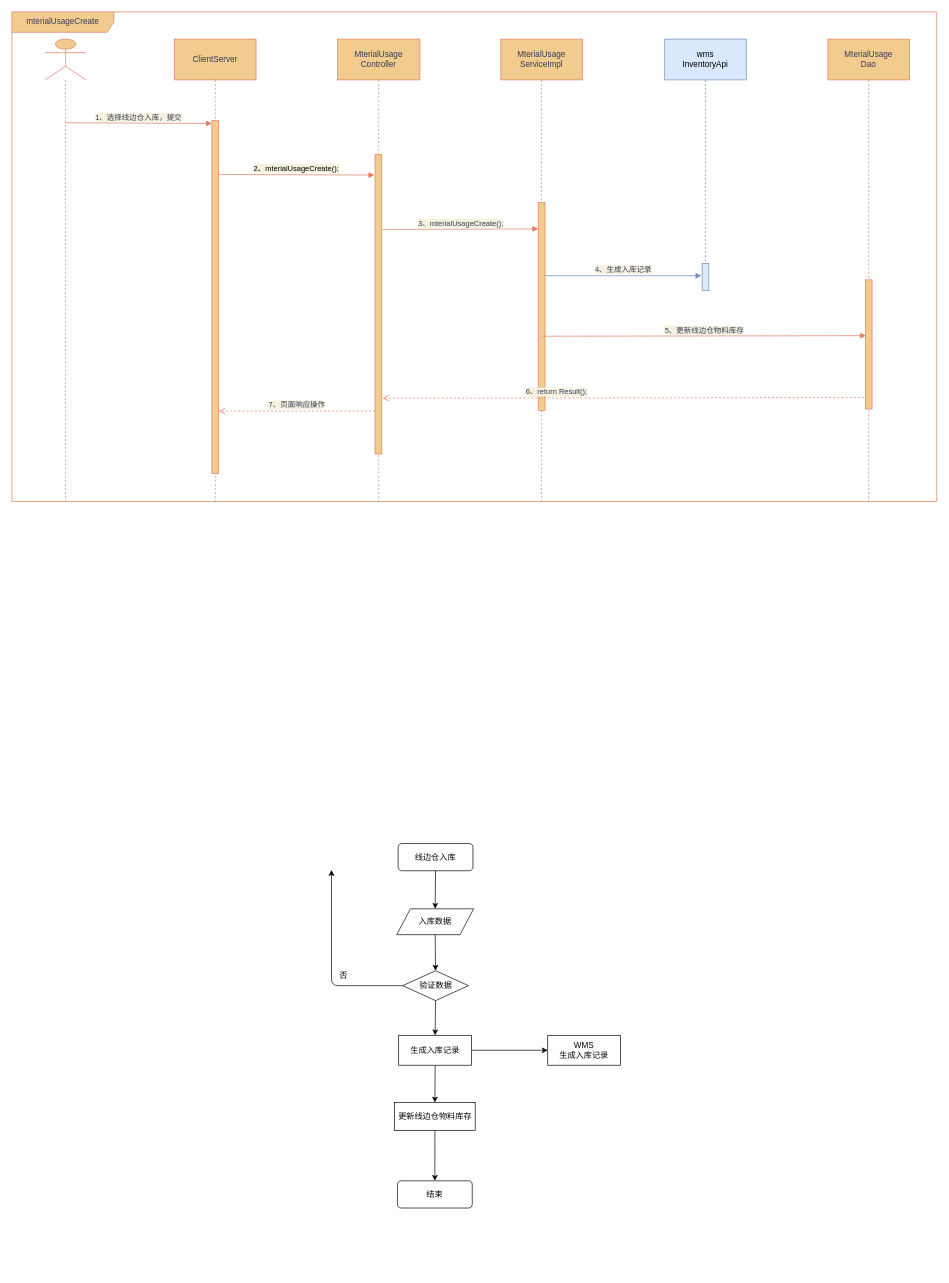
This is page "线边仓入库" (2 of 4) of 青岛协创.drawio from KNAI-I/test, a draw.io file, before an edit. Source tidied: cells renumbered, new cells numbered last; positions are measured from the earlier drawing's top-left corner, leaving out a move shared by most shapes. Both pictures are drawn from the tidied source at 68%, with x=0, y=0 at pixel (12, 12).
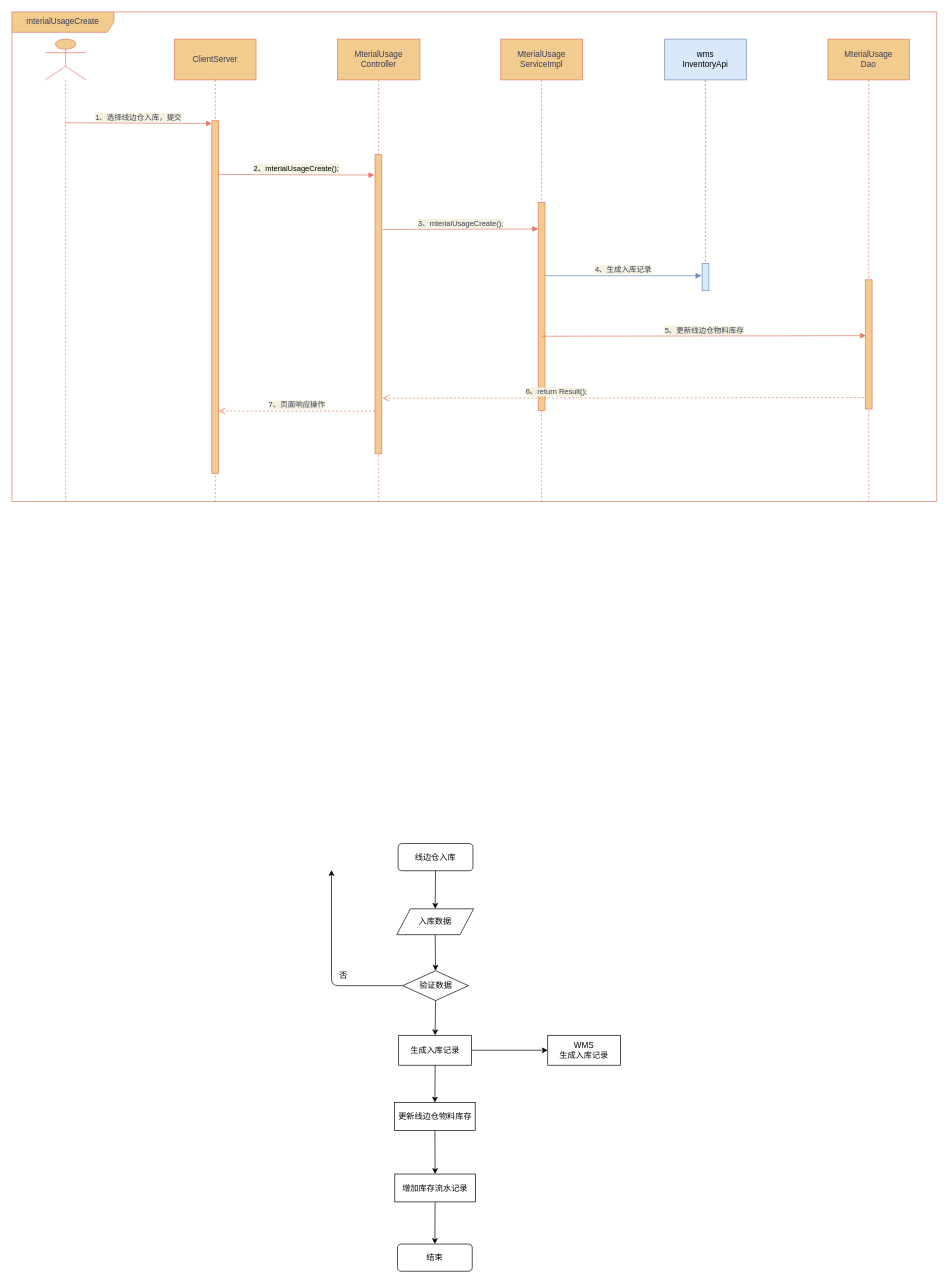
The same page after the edit.

The change refers to these unchanged cells:
```xml
<mxCell id="30" value="更新线边仓物料库存" style="rounded=0;whiteSpace=wrap;html=1;" parent="1" vertex="1">
  <mxGeometry x="562.8" y="1604" width="118.5" height="41" as="geometry" />
</mxCell>
```

The edit, as a diff of the source:
```diff
@@
     <mxCell id="32" value="结束" style="rounded=1;whiteSpace=wrap;html=1;" parent="1" vertex="1">
-      <mxGeometry x="567" y="1719" width="110" height="40" as="geometry" />
+      <mxGeometry x="567" y="1812" width="110" height="40" as="geometry" />
     </mxCell>
-    <mxCell id="33" style="endArrow=classic;html=1;rounded=0;exitX=0.5;exitY=1;exitDx=0;exitDy=0;entryX=0.5;entryY=0;entryDx=0;entryDy=0;" parent="1" edge="1" source="30" target="32">
+    <mxCell id="33" style="endArrow=classic;html=1;rounded=0;exitX=0.5;exitY=1;exitDx=0;exitDy=0;entryX=0.5;entryY=0;entryDx=0;entryDy=0;" parent="1" edge="1" source="36" target="32">
       <mxGeometry relative="1" as="geometry" />
     </mxCell>
@@
+    <mxCell id="36" value="增加库存流水记录" style="rounded=0;whiteSpace=wrap;html=1;" parent="1" vertex="1">
+      <mxGeometry x="563.1" y="1709" width="118.5" height="41" as="geometry" />
+    </mxCell>
+    <mxCell id="37" style="endArrow=classic;html=1;rounded=0;exitX=0.5;exitY=1;exitDx=0;exitDy=0;entryX=0.5;entryY=0;entryDx=0;entryDy=0;" parent="1" edge="1" source="30" target="36">
+      <mxGeometry relative="1" as="geometry" />
+    </mxCell>
```
